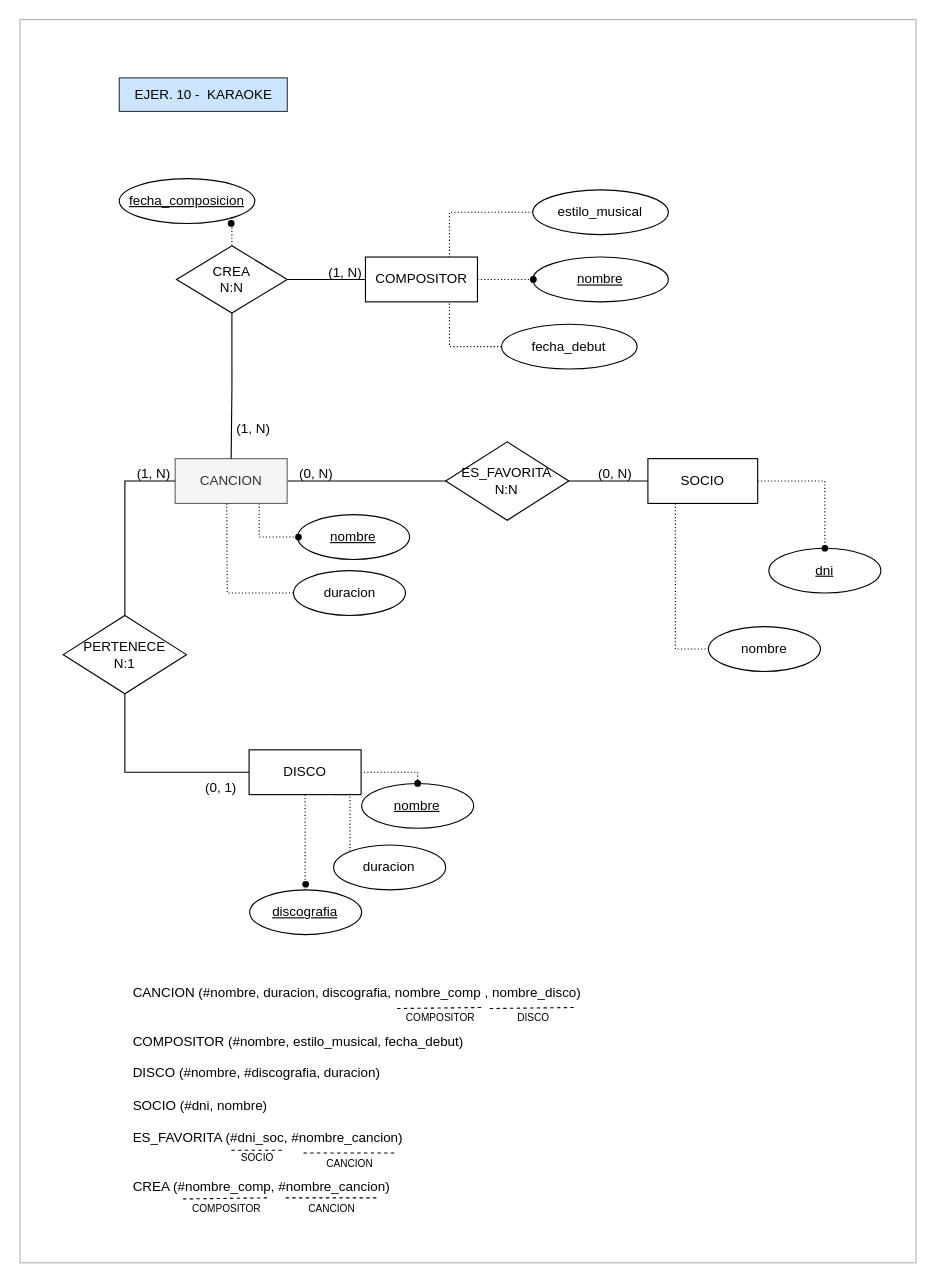
Above: ejer10_karaoke_code.drawio in mdrp93/BASE-DE-DATOS (draw.io), before the change. Source tidied: cells renumbered, new cells numbered last; positions are measured from the earlier drawing's top-left corner, leaving out a move shared by most shapes. Both pictures are drawn from the tidied source at 112%, with x=0, y=0 at pixel (19, 19).
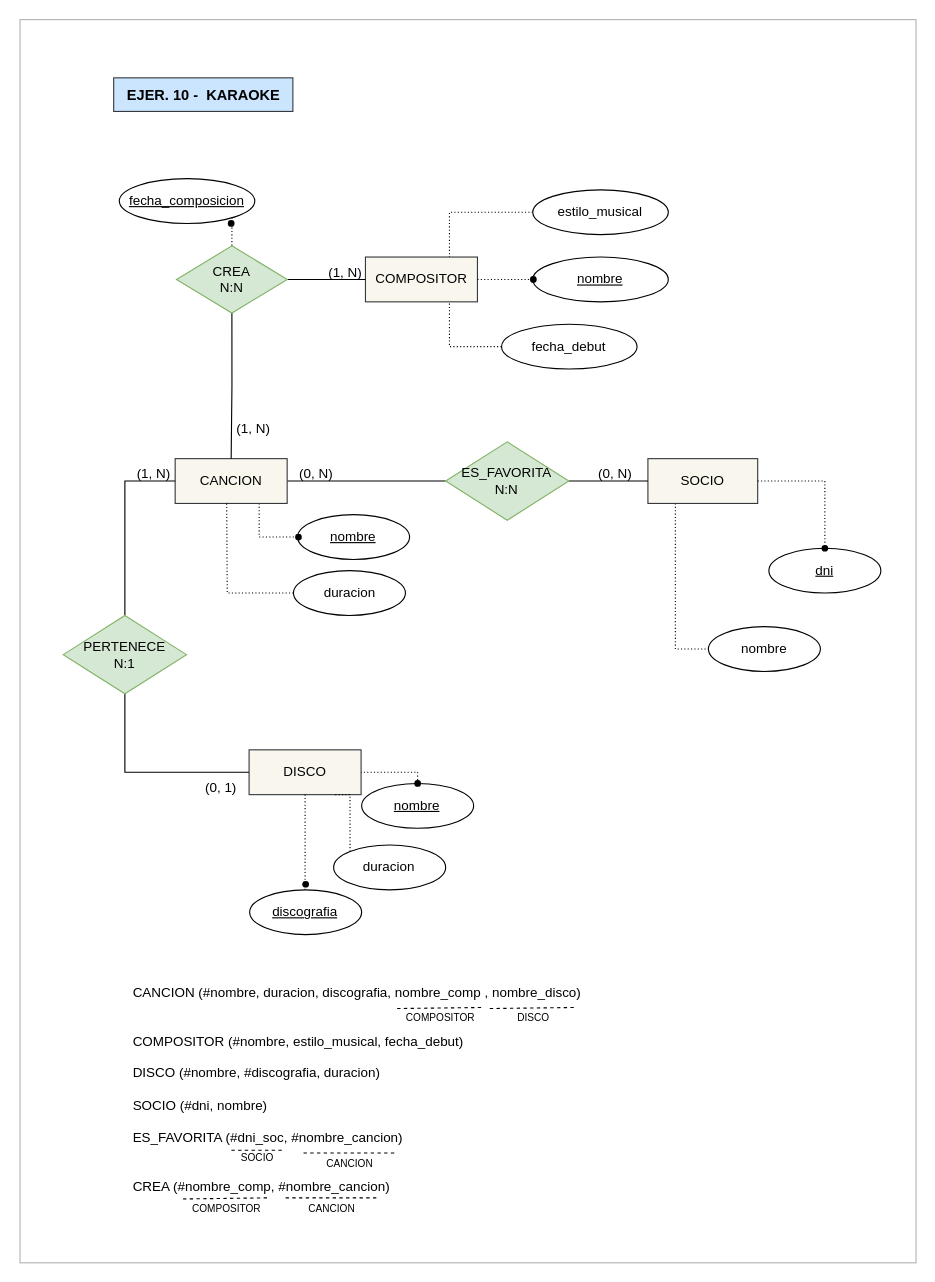
The same page after the edit.

What changed in the source:
```diff
@@
-    <mxCell id="4" value="DISCO" style="whiteSpace=wrap;html=1;align=center;" parent="1" vertex="1">
+    <mxCell id="4" value="DISCO" style="whiteSpace=wrap;html=1;align=center;fillColor=#f9f7ed;strokeColor=#36393d;" parent="1" vertex="1">
       <mxGeometry x="204.9" y="652" width="100" height="40" as="geometry" />
     </mxCell>
@@
-    <mxCell id="6" value="SOCIO" style="whiteSpace=wrap;html=1;align=center;" parent="1" vertex="1">
+    <mxCell id="6" value="SOCIO" style="whiteSpace=wrap;html=1;align=center;fillColor=#f9f7ed;strokeColor=#36393d;" parent="1" vertex="1">
       <mxGeometry x="561" y="392" width="98" height="40" as="geometry" />
     </mxCell>
@@
-    <mxCell id="9" value="CANCION" style="whiteSpace=wrap;html=1;align=center;fillColor=#f5f5f5;strokeColor=#666666;fontColor=#333333;" parent="1" vertex="1">
+    <mxCell id="9" value="CANCION" style="whiteSpace=wrap;html=1;align=center;fillColor=#f9f7ed;strokeColor=#36393d;" parent="1" vertex="1">
       <mxGeometry x="138.9" y="392" width="100" height="40" as="geometry" />
     </mxCell>
@@
-    <mxCell id="12" value="&lt;font style=&quot;font-size: 12px;&quot;&gt;&lt;font style=&quot;font-size: 12px;&quot;&gt;ES_FAVORITA&lt;/font&gt;&lt;br&gt;N:N&lt;/font&gt;" style="shape=rhombus;perimeter=rhombusPerimeter;whiteSpace=wrap;html=1;align=center;verticalAlign=middle;" parent="1" vertex="1">
+    <mxCell id="12" value="&lt;font style=&quot;font-size: 12px;&quot;&gt;&lt;font style=&quot;font-size: 12px;&quot;&gt;ES_FAVORITA&lt;/font&gt;&lt;br&gt;N:N&lt;/font&gt;" style="shape=rhombus;perimeter=rhombusPerimeter;whiteSpace=wrap;html=1;align=center;verticalAlign=middle;fillColor=#d5e8d4;strokeColor=#82b366;" parent="1" vertex="1">
       <mxGeometry x="380.4" y="377" width="110" height="70" as="geometry" />
     </mxCell>
@@
-    <mxCell id="16" value="EJER. 10 -&amp;nbsp; KARAOKE" style="text;html=1;align=center;verticalAlign=middle;strokeColor=#36393d;fillColor=#cce5ff;" parent="1" vertex="1">
-      <mxGeometry x="89" y="52" width="150" height="30" as="geometry" />
+    <mxCell id="16" value="EJER. 10 -&amp;nbsp; KARAOKE" style="text;html=1;align=center;verticalAlign=middle;strokeColor=#36393d;fillColor=#cce5ff;fontStyle=1;fontSize=13;" parent="1" vertex="1">
+      <mxGeometry x="84" y="52" width="160" height="30" as="geometry" />
     </mxCell>
@@
-    <mxCell id="25" value="PERTENECE&lt;br&gt;N:1" style="rhombus;whiteSpace=wrap;html=1;" parent="1" vertex="1">
+    <mxCell id="25" value="PERTENECE&lt;br&gt;N:1" style="rhombus;whiteSpace=wrap;html=1;fillColor=#d5e8d4;strokeColor=#82b366;" parent="1" vertex="1">
       <mxGeometry x="39" y="532" width="110" height="70" as="geometry" />
     </mxCell>
@@
-    <mxCell id="40" value="COMPOSITOR" style="whiteSpace=wrap;html=1;align=center;" parent="1" vertex="1">
+    <mxCell id="40" value="COMPOSITOR" style="whiteSpace=wrap;html=1;align=center;fillColor=#f9f7ed;strokeColor=#36393d;" parent="1" vertex="1">
       <mxGeometry x="308.8" y="212" width="100" height="40" as="geometry" />
     </mxCell>
@@
-    <mxCell id="48" value="CREA&lt;br&gt;N:N" style="shape=rhombus;perimeter=rhombusPerimeter;whiteSpace=wrap;html=1;align=center;" parent="1" vertex="1">
+    <mxCell id="48" value="CREA&lt;br&gt;N:N" style="shape=rhombus;perimeter=rhombusPerimeter;whiteSpace=wrap;html=1;align=center;fillColor=#d5e8d4;strokeColor=#82b366;" parent="1" vertex="1">
       <mxGeometry x="140.1" y="202" width="98.9" height="60" as="geometry" />
     </mxCell>
```
